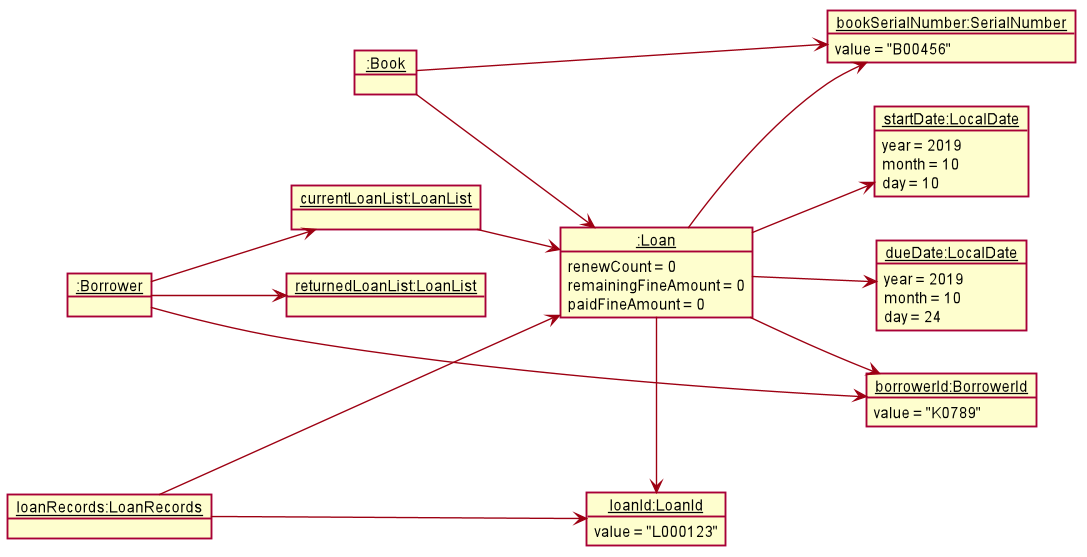
Earlier version of the PlantUML export docs/images/LoanObjectDiagram.png (nus-cs2103-AY1920S1/addressbook-level3).
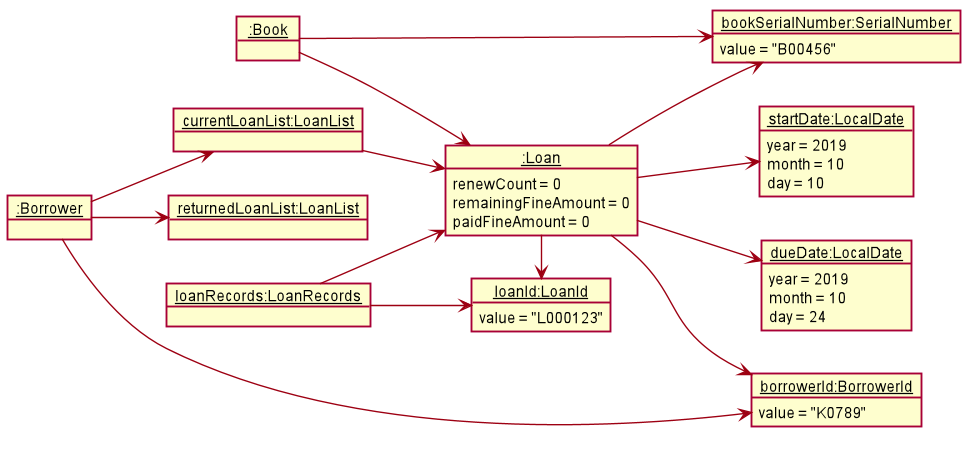
After the change.

Change to the diagram source:
```diff
@@ -85,7 +85,7 @@
 object "__returnedLoanList:LoanList__" as returnedLoanList
 
 LoanRecords --> Loan
-LoanRecords ---> LoanId
+LoanRecords --> LoanId
 Book --> Loan
 Book --> SerialNumber
 Borrower --> currentLoanList
```
